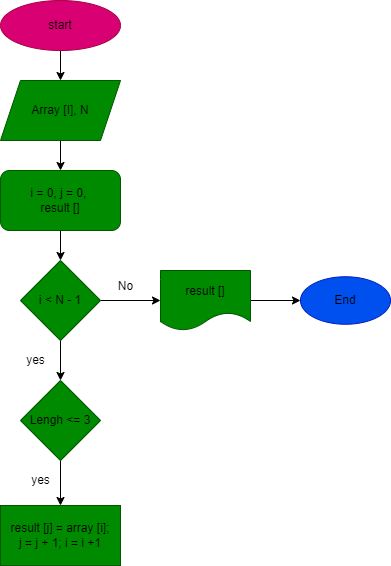
The draw.io diagram work/task/diagram.drawio.png in konstantin-kif/FinalWork, before a commit. Source tidied: cells renumbered, new cells last; positions are measured from the earlier drawing's top-left corner, leaving out a move shared by most shapes.
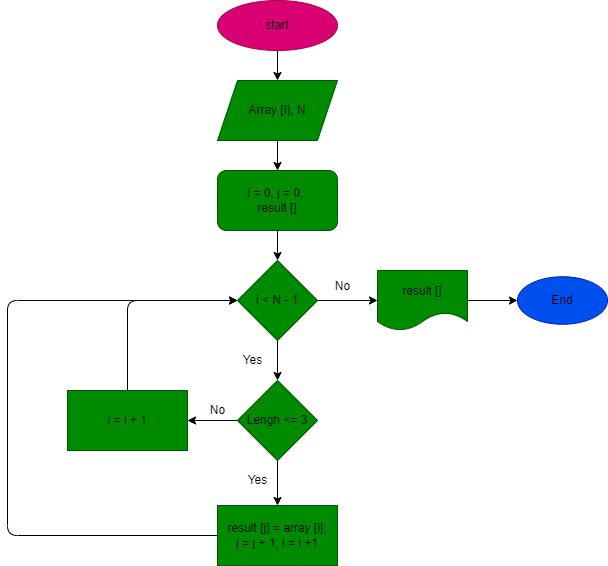
Above is the later version.

The edit, as a diff of the source:
```diff
@@ -44,17 +44,42 @@
     <mxCell id="15" style="edgeStyle=none;html=1;fontColor=#000000;" parent="1" edge="1" source="16" target="18">
       <mxGeometry relative="1" as="geometry" />
     </mxCell>
+    <mxCell id="20" style="edgeStyle=none;html=1;fontColor=#000000;" parent="1" edge="1" source="16" target="23">
+      <mxGeometry relative="1" as="geometry" />
+    </mxCell>
     <mxCell id="16" value="&lt;font color=&quot;#000000&quot;&gt;Lengh &amp;lt;= 3&lt;/font&gt;" style="rhombus;whiteSpace=wrap;html=1;fontColor=#ffffff;fillColor=#008a00;strokeColor=#005700;" parent="1" vertex="1">
       <mxGeometry x="20" y="380" width="80" height="80" as="geometry" />
     </mxCell>
-    <mxCell id="17" value="yes" style="text;html=1;align=center;verticalAlign=middle;strokeColor=none;fillColor=none;fontColor=#000000;" parent="1" vertex="1">
-      <mxGeometry x="20" y="350" width="30" height="20" as="geometry" />
+    <mxCell id="17" value="Yes" style="text;html=1;align=center;verticalAlign=middle;strokeColor=none;fillColor=none;fontColor=#000000;" parent="1" vertex="1">
+      <mxGeometry x="15" y="350" width="40" height="20" as="geometry" />
     </mxCell>
+    <mxCell id="21" style="edgeStyle=none;html=1;exitX=0;exitY=0.5;exitDx=0;exitDy=0;fontColor=#000000;" parent="1" edge="1" source="18">
+      <mxGeometry relative="1" as="geometry">
+        <mxPoint x="20" y="300" as="targetPoint" />
+        <Array as="points">
+          <mxPoint x="-210" y="535" />
+          <mxPoint x="-210" y="300" />
+        </Array>
+      </mxGeometry>
+    </mxCell>
     <mxCell id="18" value="&lt;font color=&quot;#000000&quot;&gt;result [j] = array [i];&lt;br&gt;j = j + 1; i = i +1&lt;br&gt;&lt;/font&gt;" style="rounded=0;whiteSpace=wrap;html=1;fontColor=#ffffff;fillColor=#008a00;strokeColor=#005700;" parent="1" vertex="1">
       <mxGeometry y="505" width="120" height="60" as="geometry" />
     </mxCell>
-    <mxCell id="19" value="yes" style="text;html=1;align=center;verticalAlign=middle;strokeColor=none;fillColor=none;fontColor=#000000;" parent="1" vertex="1">
-      <mxGeometry x="25" y="470" width="30" height="20" as="geometry" />
+    <mxCell id="19" value="Yes" style="text;html=1;align=center;verticalAlign=middle;strokeColor=none;fillColor=none;fontColor=#000000;" parent="1" vertex="1">
+      <mxGeometry x="20" y="470" width="40" height="20" as="geometry" />
     </mxCell>
+    <mxCell id="22" style="edgeStyle=none;html=1;fontColor=#000000;entryX=0;entryY=0.5;entryDx=0;entryDy=0;" parent="1" edge="1" source="23" target="10">
+      <mxGeometry relative="1" as="geometry">
+        <Array as="points">
+          <mxPoint x="-90" y="300" />
+        </Array>
+      </mxGeometry>
+    </mxCell>
+    <mxCell id="23" value="i = i + 1" style="rounded=0;whiteSpace=wrap;html=1;fontColor=#000000;fillColor=#008a00;strokeColor=#005700;" parent="1" vertex="1">
+      <mxGeometry x="-150" y="390" width="120" height="60" as="geometry" />
+    </mxCell>
+    <mxCell id="24" value="No" style="text;html=1;align=center;verticalAlign=middle;strokeColor=none;fillColor=none;fontColor=#000000;" parent="1" vertex="1">
+      <mxGeometry x="-15" y="400" width="30" height="20" as="geometry" />
+    </mxCell>
   </root>
 </mxGraphModel>
```
